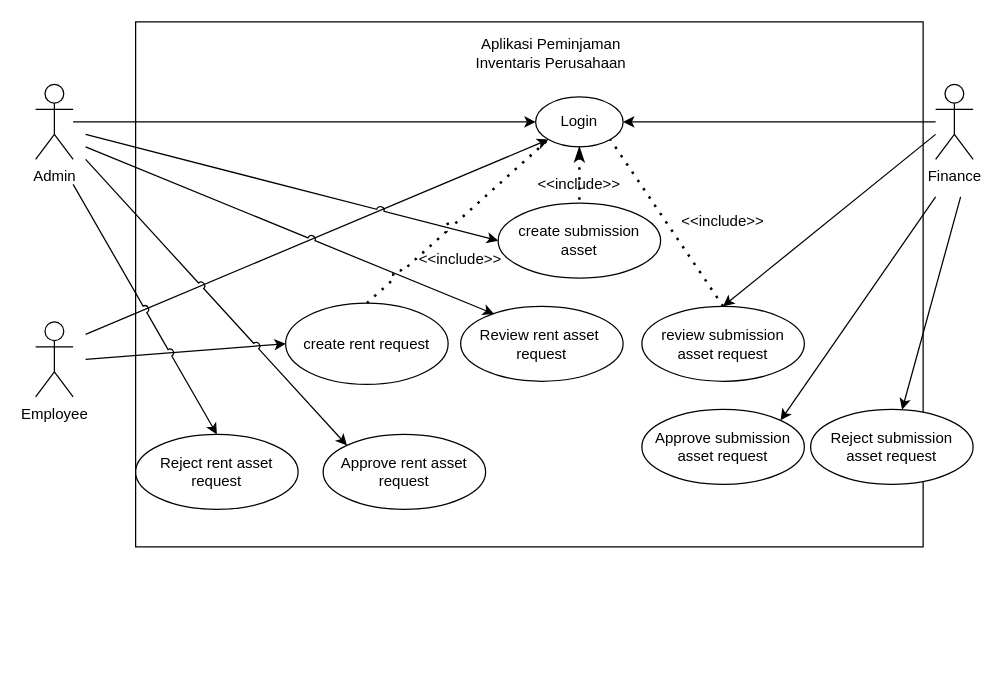
Earlier version of the draw.io diagram page "UCD" (2 of 5) of Untitled Diagram.drawio (alifandartaa/BPMN-MCC72). Source tidied: cells renumbered, new cells numbered last; positions are measured from the earlier drawing's top-left corner, leaving out a move shared by most shapes. Both pictures are drawn from the tidied source at 125%, with x=0, y=0 at pixel (35, 21).
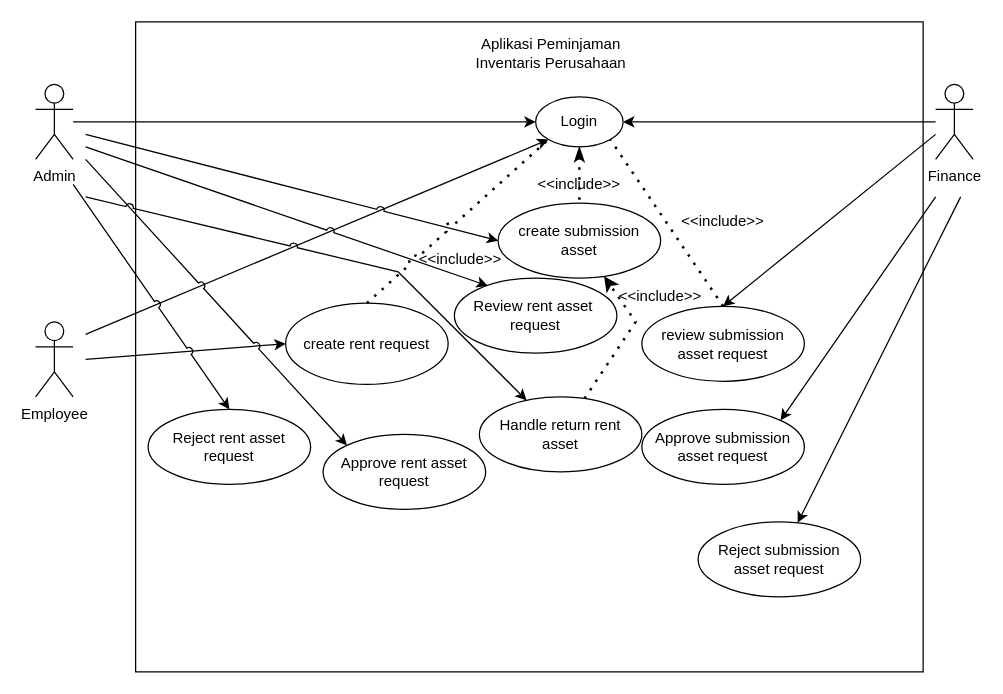
The same diagram, later.

Commit message (it also covers changes not shown here):
update activity diagram create rent

The change refers to these unchanged cells:
```xml
<mxCell id="10" value="create submission asset" style="ellipse;whiteSpace=wrap;html=1;" parent="1" vertex="1">
  <mxGeometry x="370" y="145" width="130" height="60" as="geometry" />
</mxCell>
```

The edit, as a diff of the source:
```diff
@@
     <mxCell id="2" style="rounded=0;whiteSpace=wrap;html=1;" parent="1" vertex="1">
-      <mxGeometry x="80" width="630" height="420" as="geometry" />
+      <mxGeometry x="80" width="630" height="520" as="geometry" />
     </mxCell>
@@
     <mxCell id="7" value="Review rent asset&amp;nbsp;&lt;br&gt;request" style="ellipse;whiteSpace=wrap;html=1;" parent="1" vertex="1">
-      <mxGeometry x="340" y="227.5" width="130" height="60" as="geometry" />
+      <mxGeometry x="335" y="205" width="130" height="60" as="geometry" />
     </mxCell>
@@
     <mxCell id="9" value="Reject submission asset request" style="ellipse;whiteSpace=wrap;html=1;" parent="1" vertex="1">
-      <mxGeometry x="620" y="310" width="130" height="60" as="geometry" />
+      <mxGeometry x="530" y="400" width="130" height="60" as="geometry" />
     </mxCell>
@@
     <mxCell id="13" value="Reject rent asset request" style="ellipse;whiteSpace=wrap;html=1;" parent="1" vertex="1">
-      <mxGeometry x="80" y="330" width="130" height="60" as="geometry" />
+      <mxGeometry x="90" y="310" width="130" height="60" as="geometry" />
     </mxCell>
@@
+    <mxCell id="33" style="endArrow=classic;html=1;rounded=0;jumpStyle=arc;" parent="1" edge="1" target="34">
+      <mxGeometry relative="1" as="geometry">
+        <mxPoint x="40" y="140" as="sourcePoint" />
+        <Array as="points">
+          <mxPoint x="290" y="200" />
+        </Array>
+      </mxGeometry>
+    </mxCell>
+    <mxCell id="34" value="Handle return rent asset" style="ellipse;whiteSpace=wrap;html=1;" parent="1" vertex="1">
+      <mxGeometry x="355" y="300" width="130" height="60" as="geometry" />
+    </mxCell>
+    <mxCell id="35" style="endArrow=classic;dashed=1;html=1;dashPattern=1 3;strokeWidth=2;rounded=0;jumpStyle=arc;endFill=1;" parent="1" edge="1" source="34" target="10">
+      <mxGeometry relative="1" as="geometry">
+        <Array as="points">
+          <mxPoint x="480" y="240" />
+        </Array>
+      </mxGeometry>
+    </mxCell>
+    <mxCell id="36" value="&amp;lt;&amp;lt;include&amp;gt;&amp;gt;" style="text;html=1;strokeColor=none;fillColor=none;align=center;verticalAlign=middle;whiteSpace=wrap;rounded=0;" parent="1" vertex="1">
+      <mxGeometry x="470" y="205" width="60" height="30" as="geometry" />
+    </mxCell>
```
